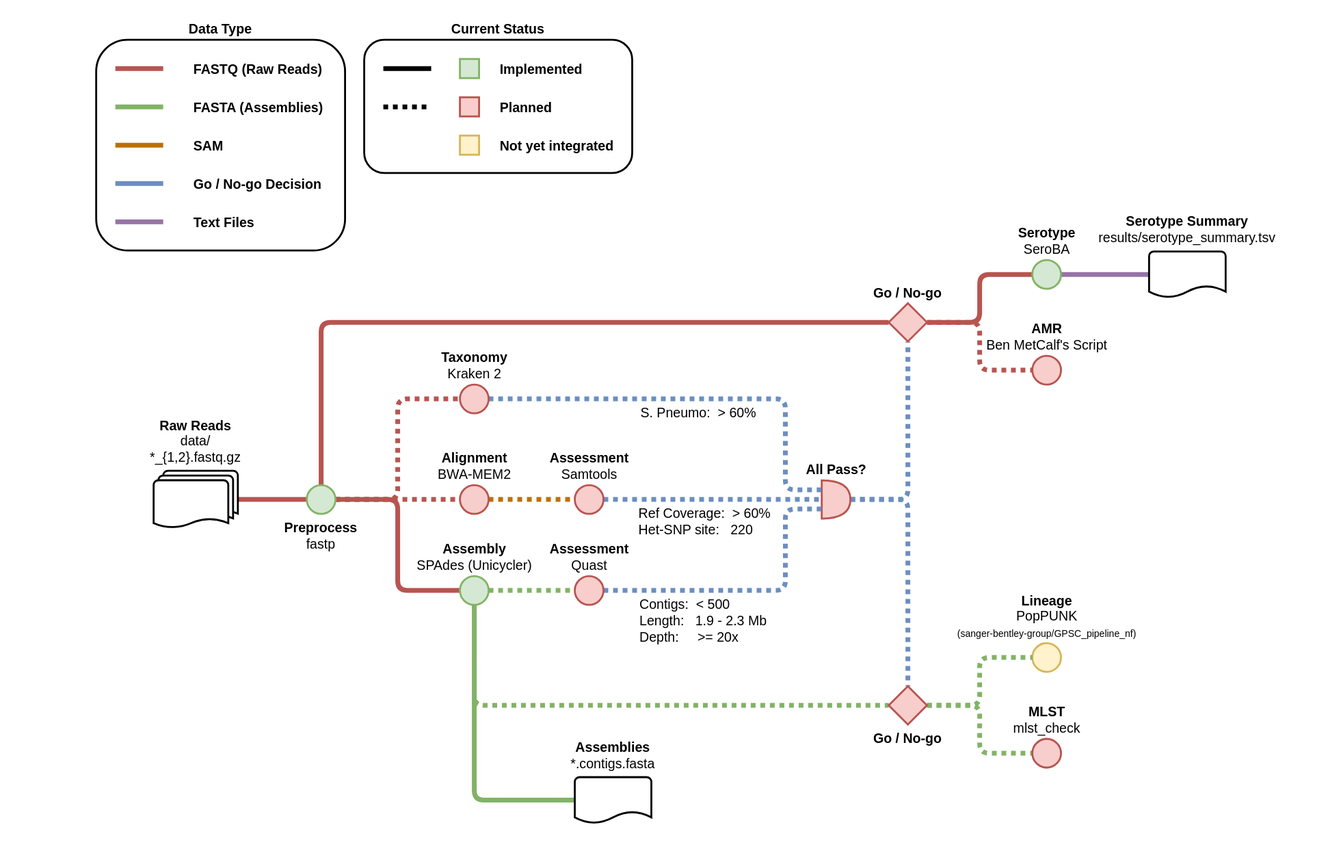
Earlier version of the draw.io export doc/workflow.drawio.svg (sanger-bentley-group/gps-pipeline). Source tidied: cells renumbered, new cells last; positions are measured from the earlier drawing's top-left corner, leaving out a move shared by most shapes.
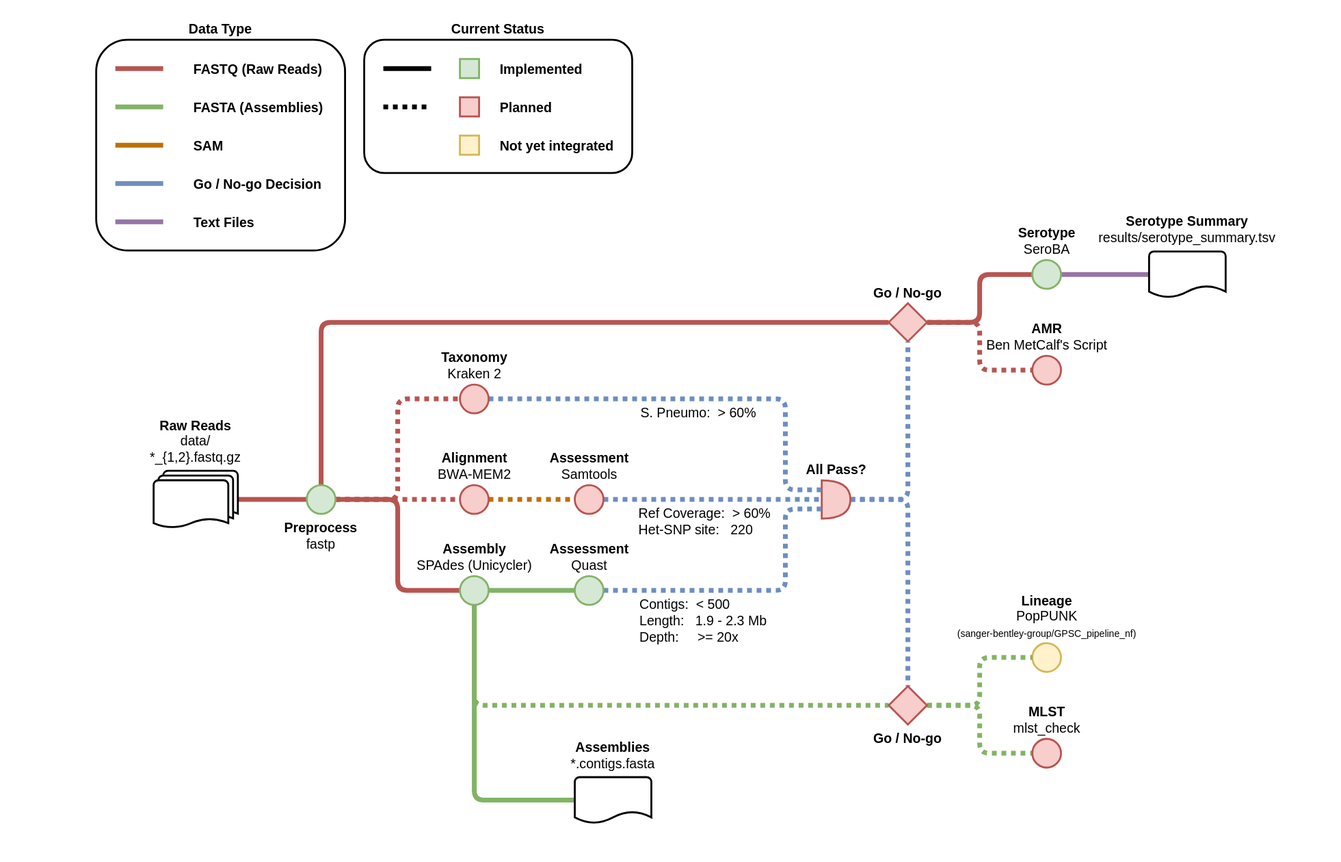
The same file after the commit.

Commit message:
Update workflow for Quast inclusion

Diff of the diagram source:
```diff
@@ -37,7 +37,7 @@
         <mxPoint x="45" as="offset" />
       </mxGeometry>
     </mxCell>
-    <mxCell id="12" style="edgeStyle=orthogonalEdgeStyle;rounded=1;jettySize=auto;html=1;entryX=0;entryY=0.5;entryDx=0;entryDy=0;strokeWidth=5;startArrow=none;startFill=0;endArrow=none;endFill=0;fillColor=#d5e8d4;strokeColor=#82b366;dashed=1;dashPattern=1 1;" parent="1" edge="1" source="15" target="26">
+    <mxCell id="12" style="edgeStyle=orthogonalEdgeStyle;rounded=1;jettySize=auto;html=1;entryX=0;entryY=0.5;entryDx=0;entryDy=0;strokeWidth=5;startArrow=none;startFill=0;endArrow=none;endFill=0;fillColor=#d5e8d4;strokeColor=#82b366;" parent="1" edge="1" source="15" target="26">
       <mxGeometry relative="1" as="geometry" />
     </mxCell>
     <mxCell id="13" style="edgeStyle=orthogonalEdgeStyle;rounded=1;jettySize=auto;html=1;entryX=0;entryY=0.5;entryDx=0;entryDy=0;entryPerimeter=0;dashed=1;dashPattern=1 1;strokeWidth=5;endArrow=none;endFill=0;fillColor=#d5e8d4;strokeColor=#82b366;" parent="1" edge="1" source="15" target="46">
@@ -97,7 +97,7 @@
         <mxPoint x="-97" y="-1" as="offset" />
       </mxGeometry>
     </mxCell>
-    <mxCell id="26" value="&lt;b style=&quot;font-size: 14px;&quot;&gt;Assessment&lt;/b&gt;&lt;br style=&quot;font-size: 14px;&quot;&gt;Quast" style="ellipse;html=1;strokeWidth=2;labelPosition=center;verticalLabelPosition=top;align=center;verticalAlign=bottom;fillColor=#f8cecc;strokeColor=#b85450;rounded=1;fontSize=14;" parent="1" vertex="1">
+    <mxCell id="26" value="&lt;b style=&quot;font-size: 14px;&quot;&gt;Assessment&lt;/b&gt;&lt;br style=&quot;font-size: 14px;&quot;&gt;Quast" style="ellipse;html=1;strokeWidth=2;labelPosition=center;verticalLabelPosition=top;align=center;verticalAlign=bottom;fillColor=#d5e8d4;strokeColor=#82b366;rounded=1;fontSize=14;" parent="1" vertex="1">
       <mxGeometry x="600" y="601" width="30" height="30" as="geometry" />
     </mxCell>
     <mxCell id="27" style="endArrow=none;html=1;rounded=1;strokeWidth=5;fillColor=#d5e8d4;strokeColor=#82b366;" parent="1" edge="1">
```
